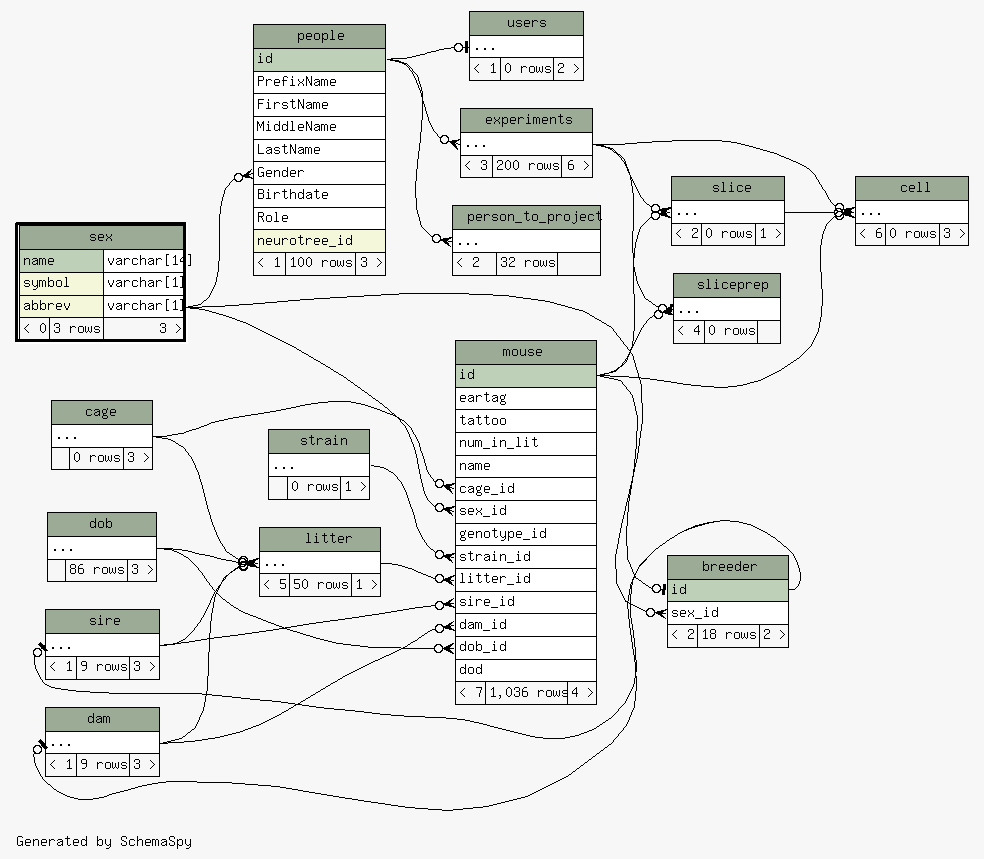
tgbugs/mlab keeps this Graphviz diagram as database/ss/diagrams/sex.2degrees.png. Above is the earlier version. Its source is kept beside it as database/ss/diagrams/sex.2degrees.dot. Its diagram source:
```dot
digraph "twoDegreesRelationshipsDiagram" {
  graph [
    rankdir="RL"
    bgcolor="#f7f7f7"
    label="\nGenerated by SchemaSpy"
    labeljust="l"
    nodesep="0.18"
    ranksep="0.46"
    fontname="Helvetica"
    fontsize="11"
  ];
  node [
    fontname="Helvetica"
    fontsize="11"
    shape="plaintext"
  ];
  edge [
    arrowsize="0.8"
  ];
  "breeder":"id":w -> "mouse":"id":e [arrowhead=none dir=back arrowtail=teeodot];
  "breeder":"sex_id":w -> "sex":"abbrev.type":e [arrowhead=none dir=back arrowtail=crowodot];
  "cell":"elipses":w -> "experiments":"elipses":e [arrowhead=none dir=back arrowtail=crowodot];
  "cell":"elipses":w -> "mouse":"id":e [arrowhead=none dir=back arrowtail=crowodot];
  "cell":"elipses":w -> "slice":"elipses":e [arrowhead=none dir=back arrowtail=crowodot];
  "dam":"elipses":w -> "breeder":"id":e [arrowhead=none dir=back arrowtail=teeodot];
  "experiments":"elipses":w -> "people":"id":e [arrowhead=none dir=back arrowtail=crowodot];
  "litter":"elipses":w -> "cage":"elipses":e [arrowhead=none dir=back arrowtail=crowodot];
  "litter":"elipses":w -> "dam":"elipses":e [arrowhead=none dir=back arrowtail=crowodot];
  "litter":"elipses":w -> "dob":"elipses":e [arrowhead=none dir=back arrowtail=crowodot];
  "litter":"elipses":w -> "sire":"elipses":e [arrowhead=none dir=back arrowtail=crowodot];
  "mouse":"cage_id":w -> "cage":"elipses":e [arrowhead=none dir=back arrowtail=crowodot];
  "mouse":"dam_id":w -> "dam":"elipses":e [arrowhead=none dir=back arrowtail=crowodot];
  "mouse":"dob_id":w -> "dob":"elipses":e [arrowhead=none dir=back arrowtail=crowodot];
  "mouse":"litter_id":w -> "litter":"elipses":e [arrowhead=none dir=back arrowtail=crowodot];
  "mouse":"sex_id":w -> "sex":"abbrev.type":e [arrowhead=none dir=back arrowtail=crowodot];
  "mouse":"sire_id":w -> "sire":"elipses":e [arrowhead=none dir=back arrowtail=crowodot];
  "mouse":"strain_id":w -> "strain":"elipses":e [arrowhead=none dir=back arrowtail=crowodot];
  "people":"Gender":w -> "sex":"abbrev.type":e [arrowhead=none dir=back arrowtail=crowodot];
  "person_to_project":"elipses":w -> "people":"id":e [arrowhead=none dir=back arrowtail=crowodot];
  "sire":"elipses":w -> "breeder":"id":e [arrowhead=none dir=back arrowtail=teeodot];
  "slice":"elipses":w -> "mouse":"id":e [arrowhead=none dir=back arrowtail=crowodot];
  "slice":"elipses":w -> "experiments":"elipses":e [arrowhead=none dir=back arrowtail=crowodot];
  "sliceprep":"elipses":w -> "experiments":"elipses":e [arrowhead=none dir=back arrowtail=teeodot];
  "sliceprep":"elipses":w -> "mouse":"id":e [arrowhead=none dir=back arrowtail=crowodot];
  "users":"elipses":w -> "people":"id":e [arrowhead=none dir=back arrowtail=teeodot];
  "breeder" [
    label=<
    <TABLE BORDER="0" CELLBORDER="1" CELLSPACING="0" BGCOLOR="#ffffff">
      <TR><TD COLSPAN="3" BGCOLOR="#9bab96" ALIGN="CENTER">breeder</TD></TR>
      <TR><TD PORT="id" COLSPAN="3" BGCOLOR="#bed1b8" ALIGN="LEFT">id</TD></TR>
      <TR><TD PORT="sex_id" COLSPAN="3" ALIGN="LEFT">sex_id</TD></TR>
      <TR><TD ALIGN="LEFT" BGCOLOR="#f7f7f7">&lt; 2</TD><TD ALIGN="RIGHT" BGCOLOR="#f7f7f7">18 rows</TD><TD ALIGN="RIGHT" BGCOLOR="#f7f7f7">2 &gt;</TD></TR>
    </TABLE>>
    URL="breeder.html"
    tooltip="breeder"
  ];
  "cage" [
    label=<
    <TABLE BORDER="0" CELLBORDER="1" CELLSPACING="0" BGCOLOR="#ffffff">
      <TR><TD COLSPAN="3" BGCOLOR="#9bab96" ALIGN="CENTER">cage</TD></TR>
      <TR><TD PORT="elipses" COLSPAN="3" ALIGN="LEFT">...</TD></TR>
      <TR><TD ALIGN="LEFT" BGCOLOR="#f7f7f7">  </TD><TD ALIGN="RIGHT" BGCOLOR="#f7f7f7">0 rows</TD><TD ALIGN="RIGHT" BGCOLOR="#f7f7f7">3 &gt;</TD></TR>
    </TABLE>>
    URL="cage.html"
    tooltip="cage"
  ];
  "cell" [
    label=<
    <TABLE BORDER="0" CELLBORDER="1" CELLSPACING="0" BGCOLOR="#ffffff">
      <TR><TD COLSPAN="3" BGCOLOR="#9bab96" ALIGN="CENTER">cell</TD></TR>
      <TR><TD PORT="elipses" COLSPAN="3" ALIGN="LEFT">...</TD></TR>
      <TR><TD ALIGN="LEFT" BGCOLOR="#f7f7f7">&lt; 6</TD><TD ALIGN="RIGHT" BGCOLOR="#f7f7f7">0 rows</TD><TD ALIGN="RIGHT" BGCOLOR="#f7f7f7">3 &gt;</TD></TR>
    </TABLE>>
    URL="cell.html"
    tooltip="cell"
  ];
  "dam" [
    label=<
    <TABLE BORDER="0" CELLBORDER="1" CELLSPACING="0" BGCOLOR="#ffffff">
      <TR><TD COLSPAN="3" BGCOLOR="#9bab96" ALIGN="CENTER">dam</TD></TR>
      <TR><TD PORT="elipses" COLSPAN="3" ALIGN="LEFT">...</TD></TR>
      <TR><TD ALIGN="LEFT" BGCOLOR="#f7f7f7">&lt; 1</TD><TD ALIGN="RIGHT" BGCOLOR="#f7f7f7">9 rows</TD><TD ALIGN="RIGHT" BGCOLOR="#f7f7f7">3 &gt;</TD></TR>
    </TABLE>>
    URL="dam.html"
    tooltip="dam"
  ];
  "dob" [
    label=<
    <TABLE BORDER="0" CELLBORDER="1" CELLSPACING="0" BGCOLOR="#ffffff">
      <TR><TD COLSPAN="3" BGCOLOR="#9bab96" ALIGN="CENTER">dob</TD></TR>
      <TR><TD PORT="elipses" COLSPAN="3" ALIGN="LEFT">...</TD></TR>
      <TR><TD ALIGN="LEFT" BGCOLOR="#f7f7f7">  </TD><TD ALIGN="RIGHT" BGCOLOR="#f7f7f7">86 rows</TD><TD ALIGN="RIGHT" BGCOLOR="#f7f7f7">3 &gt;</TD></TR>
    </TABLE>>
    URL="dob.html"
    tooltip="dob"
  ];
  "experiments" [
    label=<
    <TABLE BORDER="0" CELLBORDER="1" CELLSPACING="0" BGCOLOR="#ffffff">
      <TR><TD COLSPAN="3" BGCOLOR="#9bab96" ALIGN="CENTER">experiments</TD></TR>
      <TR><TD PORT="elipses" COLSPAN="3" ALIGN="LEFT">...</TD></TR>
      <TR><TD ALIGN="LEFT" BGCOLOR="#f7f7f7">&lt; 3</TD><TD ALIGN="RIGHT" BGCOLOR="#f7f7f7">200 rows</TD><TD ALIGN="RIGHT" BGCOLOR="#f7f7f7">6 &gt;</TD></TR>
    </TABLE>>
    URL="experiments.html"
    tooltip="experiments"
  ];
  "litter" [
    label=<
    <TABLE BORDER="0" CELLBORDER="1" CELLSPACING="0" BGCOLOR="#ffffff">
      <TR><TD COLSPAN="3" BGCOLOR="#9bab96" ALIGN="CENTER">litter</TD></TR>
      <TR><TD PORT="elipses" COLSPAN="3" ALIGN="LEFT">...</TD></TR>
      <TR><TD ALIGN="LEFT" BGCOLOR="#f7f7f7">&lt; 5</TD><TD ALIGN="RIGHT" BGCOLOR="#f7f7f7">50 rows</TD><TD ALIGN="RIGHT" BGCOLOR="#f7f7f7">1 &gt;</TD></TR>
    </TABLE>>
    URL="litter.html"
    tooltip="litter"
  ];
  "mouse" [
    label=<
    <TABLE BORDER="0" CELLBORDER="1" CELLSPACING="0" BGCOLOR="#ffffff">
      <TR><TD COLSPAN="3" BGCOLOR="#9bab96" ALIGN="CENTER">mouse</TD></TR>
      <TR><TD PORT="id" COLSPAN="3" BGCOLOR="#bed1b8" ALIGN="LEFT">id</TD></TR>
      <TR><TD PORT="eartag" COLSPAN="3" ALIGN="LEFT">eartag</TD></TR>
      <TR><TD PORT="tattoo" COLSPAN="3" ALIGN="LEFT">tattoo</TD></TR>
      <TR><TD PORT="num_in_lit" COLSPAN="3" ALIGN="LEFT">num_in_lit</TD></TR>
      <TR><TD PORT="name" COLSPAN="3" ALIGN="LEFT">name</TD></TR>
      <TR><TD PORT="cage_id" COLSPAN="3" ALIGN="LEFT">cage_id</TD></TR>
      <TR><TD PORT="sex_id" COLSPAN="3" ALIGN="LEFT">sex_id</TD></TR>
      <TR><TD PORT="genotype_id" COLSPAN="3" ALIGN="LEFT">genotype_id</TD></TR>
      <TR><TD PORT="strain_id" COLSPAN="3" ALIGN="LEFT">strain_id</TD></TR>
      <TR><TD PORT="litter_id" COLSPAN="3" ALIGN="LEFT">litter_id</TD></TR>
      <TR><TD PORT="sire_id" COLSPAN="3" ALIGN="LEFT">sire_id</TD></TR>
      <TR><TD PORT="dam_id" COLSPAN="3" ALIGN="LEFT">dam_id</TD></TR>
      <TR><TD PORT="dob_id" COLSPAN="3" ALIGN="LEFT">dob_id</TD></TR>
      <TR><TD PORT="dod" COLSPAN="3" ALIGN="LEFT">dod</TD></TR>
      <TR><TD ALIGN="LEFT" BGCOLOR="#f7f7f7">&lt; 7</TD><TD ALIGN="RIGHT" BGCOLOR="#f7f7f7">1,036 rows</TD><TD ALIGN="RIGHT" BGCOLOR="#f7f7f7">4 &gt;</TD></TR>
    </TABLE>>
    URL="mouse.html"
    tooltip="mouse"
  ];
  "people" [
    label=<
    <TABLE BORDER="0" CELLBORDER="1" CELLSPACING="0" BGCOLOR="#ffffff">
      <TR><TD COLSPAN="3" BGCOLOR="#9bab96" ALIGN="CENTER">people</TD></TR>
      <TR><TD PORT="id" COLSPAN="3" BGCOLOR="#bed1b8" ALIGN="LEFT">id</TD></TR>
      <TR><TD PORT="PrefixName" COLSPAN="3" ALIGN="LEFT">PrefixName</TD></TR>
      <TR><TD PORT="FirstName" COLSPAN="3" ALIGN="LEFT">FirstName</TD></TR>
      <TR><TD PORT="MiddleName" COLSPAN="3" ALIGN="LEFT">MiddleName</TD></TR>
      <TR><TD PORT="LastName" COLSPAN="3" ALIGN="LEFT">LastName</TD></TR>
      <TR><TD PORT="Gender" COLSPAN="3" ALIGN="LEFT">Gender</TD></TR>
      <TR><TD PORT="Birthdate" COLSPAN="3" ALIGN="LEFT">Birthdate</TD></TR>
      <TR><TD PORT="Role" COLSPAN="3" ALIGN="LEFT">Role</TD></TR>
      <TR><TD PORT="neurotree_id" COLSPAN="3" BGCOLOR="#f4f7da" ALIGN="LEFT">neurotree_id</TD></TR>
      <TR><TD ALIGN="LEFT" BGCOLOR="#f7f7f7">&lt; 1</TD><TD ALIGN="RIGHT" BGCOLOR="#f7f7f7">100 rows</TD><TD ALIGN="RIGHT" BGCOLOR="#f7f7f7">3 &gt;</TD></TR>
    </TABLE>>
    URL="people.html"
    tooltip="people"
  ];
  "person_to_project" [
    label=<
    <TABLE BORDER="0" CELLBORDER="1" CELLSPACING="0" BGCOLOR="#ffffff">
      <TR><TD COLSPAN="3" BGCOLOR="#9bab96" ALIGN="CENTER">person_to_project</TD></TR>
      <TR><TD PORT="elipses" COLSPAN="3" ALIGN="LEFT">...</TD></TR>
      <TR><TD ALIGN="LEFT" BGCOLOR="#f7f7f7">&lt; 2</TD><TD ALIGN="RIGHT" BGCOLOR="#f7f7f7">32 rows</TD><TD ALIGN="RIGHT" BGCOLOR="#f7f7f7">  </TD></TR>
    </TABLE>>
    URL="person_to_project.html"
    tooltip="person_to_project"
  ];
  "sex" [
    label=<
    <TABLE BORDER="2" CELLBORDER="1" CELLSPACING="0" BGCOLOR="#ffffff">
      <TR><TD COLSPAN="3" BGCOLOR="#9bab96" ALIGN="CENTER">sex</TD></TR>
      <TR><TD PORT="name" COLSPAN="2" BGCOLOR="#bed1b8" ALIGN="LEFT">name</TD><TD PORT="name.type" ALIGN="LEFT">varchar[14]</TD></TR>
      <TR><TD PORT="symbol" COLSPAN="2" BGCOLOR="#f4f7da" ALIGN="LEFT">symbol</TD><TD PORT="symbol.type" ALIGN="LEFT">varchar[1]</TD></TR>
      <TR><TD PORT="abbrev" COLSPAN="2" BGCOLOR="#f4f7da" ALIGN="LEFT">abbrev</TD><TD PORT="abbrev.type" ALIGN="LEFT">varchar[1]</TD></TR>
      <TR><TD ALIGN="LEFT" BGCOLOR="#f7f7f7">&lt; 0</TD><TD ALIGN="RIGHT" BGCOLOR="#f7f7f7">3 rows</TD><TD ALIGN="RIGHT" BGCOLOR="#f7f7f7">3 &gt;</TD></TR>
    </TABLE>>
    URL="sex.html"
    tooltip="sex"
  ];
  "sire" [
    label=<
    <TABLE BORDER="0" CELLBORDER="1" CELLSPACING="0" BGCOLOR="#ffffff">
      <TR><TD COLSPAN="3" BGCOLOR="#9bab96" ALIGN="CENTER">sire</TD></TR>
      <TR><TD PORT="elipses" COLSPAN="3" ALIGN="LEFT">...</TD></TR>
      <TR><TD ALIGN="LEFT" BGCOLOR="#f7f7f7">&lt; 1</TD><TD ALIGN="RIGHT" BGCOLOR="#f7f7f7">9 rows</TD><TD ALIGN="RIGHT" BGCOLOR="#f7f7f7">3 &gt;</TD></TR>
    </TABLE>>
    URL="sire.html"
    tooltip="sire"
  ];
  "slice" [
    label=<
    <TABLE BORDER="0" CELLBORDER="1" CELLSPACING="0" BGCOLOR="#ffffff">
      <TR><TD COLSPAN="3" BGCOLOR="#9bab96" ALIGN="CENTER">slice</TD></TR>
      <TR><TD PORT="elipses" COLSPAN="3" ALIGN="LEFT">...</TD></TR>
      <TR><TD ALIGN="LEFT" BGCOLOR="#f7f7f7">&lt; 2</TD><TD ALIGN="RIGHT" BGCOLOR="#f7f7f7">0 rows</TD><TD ALIGN="RIGHT" BGCOLOR="#f7f7f7">1 &gt;</TD></TR>
    </TABLE>>
    URL="slice.html"
    tooltip="slice"
  ];
  "sliceprep" [
    label=<
    <TABLE BORDER="0" CELLBORDER="1" CELLSPACING="0" BGCOLOR="#ffffff">
      <TR><TD COLSPAN="3" BGCOLOR="#9bab96" ALIGN="CENTER">sliceprep</TD></TR>
      <TR><TD PORT="elipses" COLSPAN="3" ALIGN="LEFT">...</TD></TR>
      <TR><TD ALIGN="LEFT" BGCOLOR="#f7f7f7">&lt; 4</TD><TD ALIGN="RIGHT" BGCOLOR="#f7f7f7">0 rows</TD><TD ALIGN="RIGHT" BGCOLOR="#f7f7f7">  </TD></TR>
    </TABLE>>
    URL="sliceprep.html"
    tooltip="sliceprep"
  ];
  "strain" [
    label=<
    <TABLE BORDER="0" CELLBORDER="1" CELLSPACING="0" BGCOLOR="#ffffff">
      <TR><TD COLSPAN="3" BGCOLOR="#9bab96" ALIGN="CENTER">strain</TD></TR>
      <TR><TD PORT="elipses" COLSPAN="3" ALIGN="LEFT">...</TD></TR>
      <TR><TD ALIGN="LEFT" BGCOLOR="#f7f7f7">  </TD><TD ALIGN="RIGHT" BGCOLOR="#f7f7f7">0 rows</TD><TD ALIGN="RIGHT" BGCOLOR="#f7f7f7">1 &gt;</TD></TR>
    </TABLE>>
    URL="strain.html"
    tooltip="strain"
  ];
  "users" [
    label=<
    <TABLE BORDER="0" CELLBORDER="1" CELLSPACING="0" BGCOLOR="#ffffff">
      <TR><TD COLSPAN="3" BGCOLOR="#9bab96" ALIGN="CENTER">users</TD></TR>
      <TR><TD PORT="elipses" COLSPAN="3" ALIGN="LEFT">...</TD></TR>
      <TR><TD ALIGN="LEFT" BGCOLOR="#f7f7f7">&lt; 1</TD><TD ALIGN="RIGHT" BGCOLOR="#f7f7f7">0 rows</TD><TD ALIGN="RIGHT" BGCOLOR="#f7f7f7">2 &gt;</TD></TR>
    </TABLE>>
    URL="users.html"
    tooltip="users"
  ];
}
```
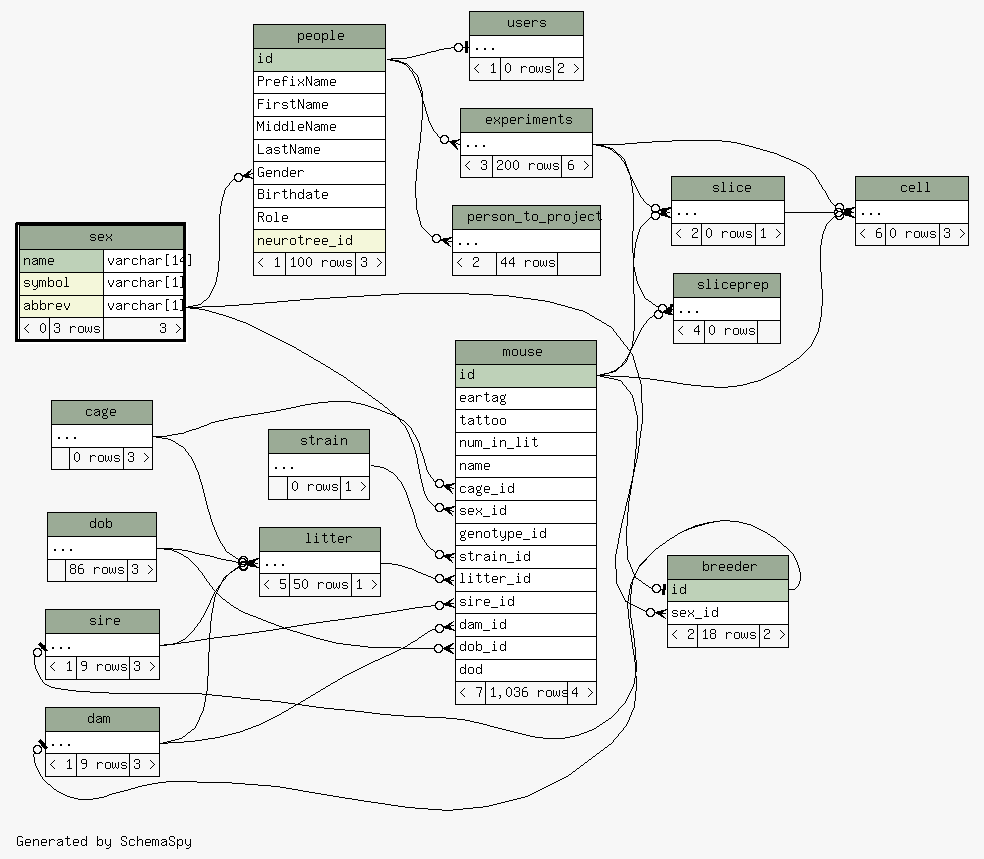
After the change.

The edit, as a diff of the source:
```diff
@@ -160,7 +160,7 @@
     <TABLE BORDER="0" CELLBORDER="1" CELLSPACING="0" BGCOLOR="#ffffff">
       <TR><TD COLSPAN="3" BGCOLOR="#9bab96" ALIGN="CENTER">person_to_project</TD></TR>
       <TR><TD PORT="elipses" COLSPAN="3" ALIGN="LEFT">...</TD></TR>
-      <TR><TD ALIGN="LEFT" BGCOLOR="#f7f7f7">&lt; 2</TD><TD ALIGN="RIGHT" BGCOLOR="#f7f7f7">32 rows</TD><TD ALIGN="RIGHT" BGCOLOR="#f7f7f7">  </TD></TR>
+      <TR><TD ALIGN="LEFT" BGCOLOR="#f7f7f7">&lt; 2</TD><TD ALIGN="RIGHT" BGCOLOR="#f7f7f7">44 rows</TD><TD ALIGN="RIGHT" BGCOLOR="#f7f7f7">  </TD></TR>
     </TABLE>>
     URL="person_to_project.html"
     tooltip="person_to_project"
```
